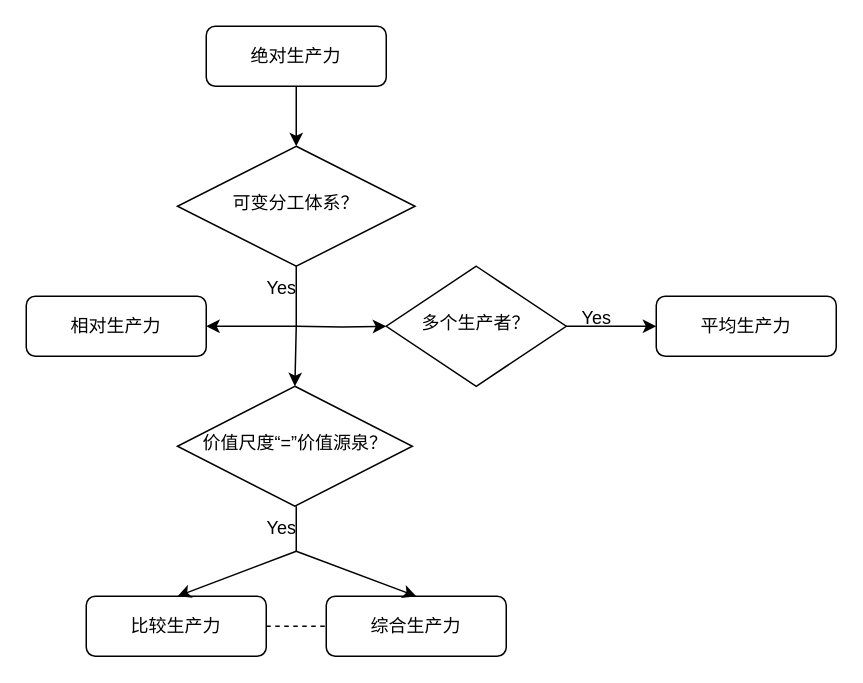
Above: figures/The Concept of Productive forces.drawio in JSB-Unscarred/The-Evolution-of-Productivity-Concepts-and-the-Development-of-Value-Theory (draw.io), before the change. Source tidied: cells renumbered, new cells numbered last; positions are measured from the earlier drawing's top-left corner, leaving out a move shared by most shapes. Both pictures are drawn from the tidied source at 150%, with x=0, y=0 at pixel (26, 26).
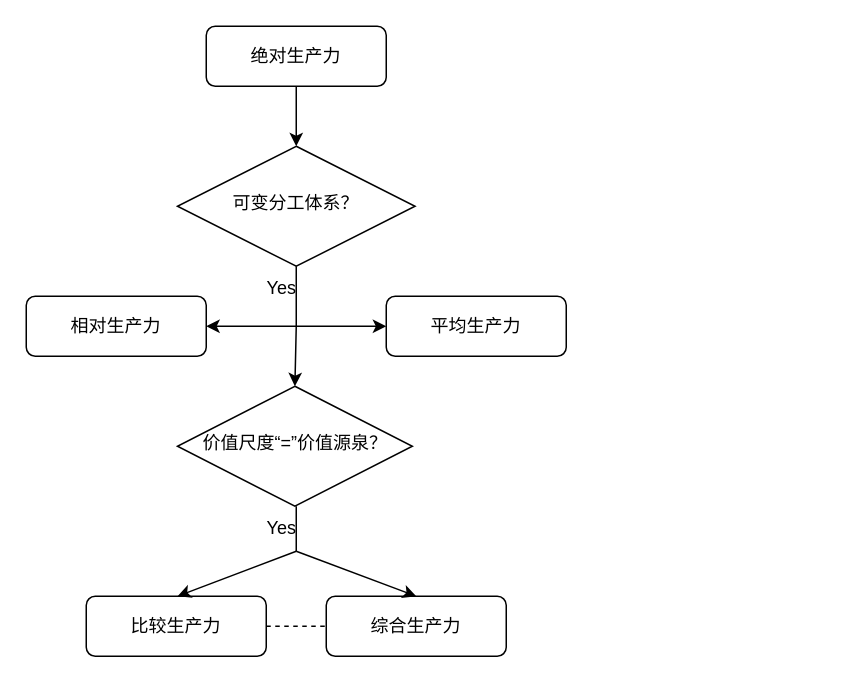
Above is the later version.

Diff of the diagram source:
```diff
@@
-    <mxCell id="5" style="edgeStyle=orthogonalEdgeStyle;rounded=0;jettySize=auto;html=1;" parent="1" edge="1" target="9">
+    <mxCell id="5" style="edgeStyle=orthogonalEdgeStyle;rounded=0;orthogonalLoop=1;jettySize=auto;html=1;" parent="1" edge="1">
       <mxGeometry relative="1" as="geometry">
         <mxPoint x="180" y="200" as="sourcePoint" />
+        <mxPoint x="240" y="200" as="targetPoint" />
       </mxGeometry>
     </mxCell>
@@
-    <mxCell id="9" value="多个生产者？" style="rhombus;whiteSpace=wrap;html=1;shadow=0;fontFamily=Helvetica;fontSize=12;align=center;strokeWidth=1;spacing=6;spacingTop=-4;" parent="1" vertex="1">
-      <mxGeometry x="240" y="160" width="120" height="80" as="geometry" />
-    </mxCell>
     <mxCell id="10" value="平均生产力" style="rounded=1;whiteSpace=wrap;html=1;fontSize=12;glass=0;strokeWidth=1;shadow=0;" parent="1" vertex="1">
-      <mxGeometry x="420" y="180" width="120" height="40" as="geometry" />
+      <mxGeometry x="240" y="180" width="120" height="40" as="geometry" />
     </mxCell>
@@
-    <mxCell id="12" value="Yes" style="text;html=1;align=center;verticalAlign=middle;strokeColor=none;fillColor=none;" parent="1" vertex="1">
-      <mxGeometry x="360" y="180" width="40" height="30" as="geometry" />
-    </mxCell>
@@
-    <mxCell id="14" style="endArrow=classic;html=1;rounded=0;entryX=0;entryY=0.5;entryDx=0;entryDy=0;" parent="1" edge="1" target="10">
-      <mxGeometry relative="1" as="geometry">
-        <mxPoint x="360" y="200" as="sourcePoint" />
-      </mxGeometry>
-    </mxCell>
```
